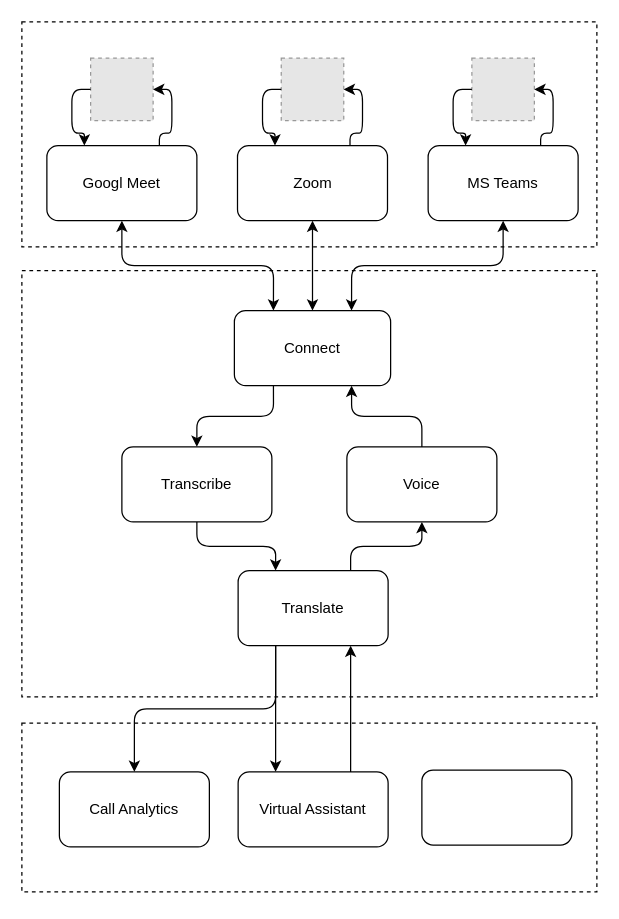
Earlier version of the draw.io diagram posts/py-meet/charts.drawio (dimastatz/dimastatz.github.io). Source tidied: cells renumbered, new cells numbered last; positions are measured from the earlier drawing's top-left corner, leaving out a move shared by most shapes. Both pictures are drawn from the tidied source at 125%, with x=0, y=0 at pixel (21, 21). Pictures stored in the file or linked from it are replaced by grey dashed boxes.
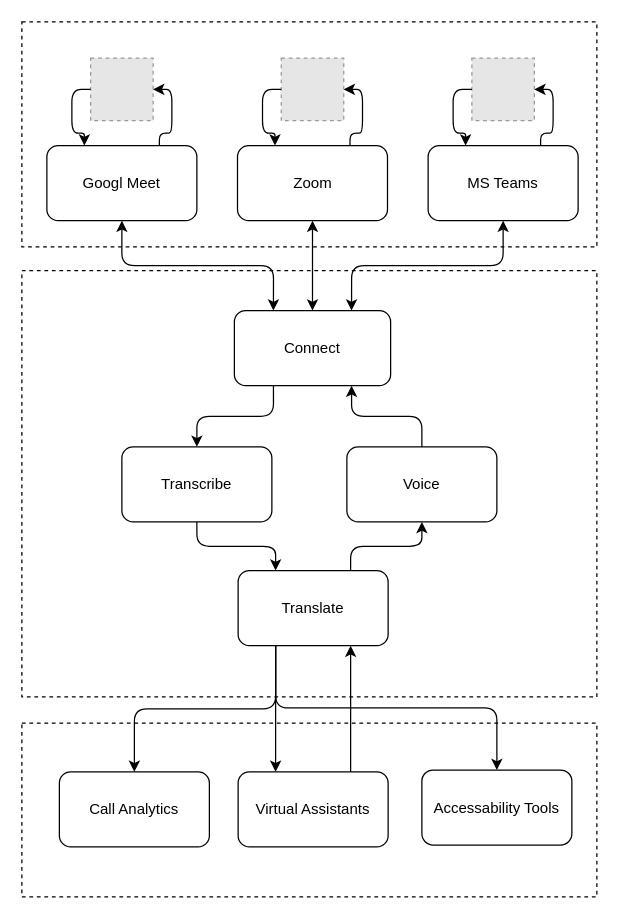
Above is the later version.

Commit message:
add py-meet stack

Unchanged cells that the change refers to:
```xml
<mxCell id="23" value="Translate" style="rounded=1;whiteSpace=wrap;html=1;fillColor=default;" parent="1" vertex="1">
  <mxGeometry x="173" y="439" width="120" height="60" as="geometry" />
</mxCell>
```

Change to the diagram source:
```diff
@@
     <mxCell id="27" style="rounded=0;whiteSpace=wrap;html=1;fillColor=none;dashed=1;" parent="1" vertex="1">
-      <mxGeometry y="561" width="460" height="135" as="geometry" />
+      <mxGeometry y="561" width="460" height="139" as="geometry" />
     </mxCell>
@@
-    <mxCell id="30" value="Virtual Assistant" style="rounded=1;whiteSpace=wrap;html=1;fillColor=default;" parent="1" vertex="1">
+    <mxCell id="30" value="Virtual Assistants" style="rounded=1;whiteSpace=wrap;html=1;fillColor=default;" parent="1" vertex="1">
       <mxGeometry x="173" y="600" width="120" height="60" as="geometry" />
     </mxCell>
-    <mxCell id="31" style="rounded=1;whiteSpace=wrap;html=1;fillColor=default;" parent="1" vertex="1">
+    <mxCell id="31" value="Accessability Tools" style="rounded=1;whiteSpace=wrap;html=1;fillColor=default;" parent="1" vertex="1">
       <mxGeometry x="320" y="598.5" width="120" height="60" as="geometry" />
     </mxCell>
@@
+    <mxCell id="34" style="endArrow=classic;html=1;exitX=0.25;exitY=1;exitDx=0;exitDy=0;entryX=0.5;entryY=0;entryDx=0;entryDy=0;edgeStyle=orthogonalEdgeStyle;" parent="1" edge="1" source="23" target="31">
+      <mxGeometry relative="1" as="geometry" />
+    </mxCell>
```
